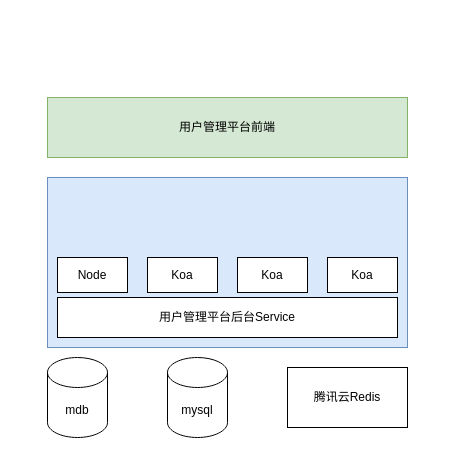
The draw.io diagram Untitled Diagram.drawio in lyoo/darwio, before the edit. Source tidied: cells renumbered, new cells numbered last; positions are measured from the earlier drawing's top-left corner, leaving out a move shared by most shapes. Both pictures are drawn from the tidied source at 100%, with x=0, y=0 at pixel (47, 97).
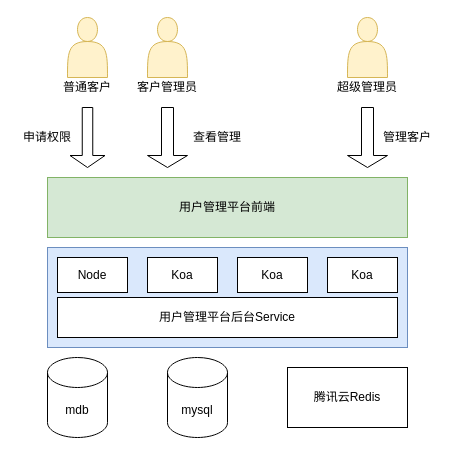
After the change.

Diff of the diagram source:
```diff
@@
     <mxCell id="5" value="用户管理平台前端" style="rounded=0;whiteSpace=wrap;html=1;fillColor=#d5e8d4;strokeColor=#82b366;" parent="1" vertex="1">
-      <mxGeometry width="360" height="60" as="geometry" />
+      <mxGeometry y="80" width="360" height="60" as="geometry" />
     </mxCell>
     <mxCell id="6" style="rounded=0;whiteSpace=wrap;html=1;fillColor=#dae8fc;strokeColor=#6c8ebf;" parent="1" vertex="1">
-      <mxGeometry y="80" width="360" height="170" as="geometry" />
+      <mxGeometry y="150" width="360" height="100" as="geometry" />
     </mxCell>
@@
+    <mxCell id="12" style="shape=actor;whiteSpace=wrap;html=1;fillColor=#fff2cc;strokeColor=#d6b656;" parent="1" vertex="1">
+      <mxGeometry x="20" y="-80" width="40" height="60" as="geometry" />
+    </mxCell>
+    <mxCell id="13" style="shape=actor;whiteSpace=wrap;html=1;fillColor=#fff2cc;strokeColor=#d6b656;" parent="1" vertex="1">
+      <mxGeometry x="100" y="-80" width="40" height="60" as="geometry" />
+    </mxCell>
+    <mxCell id="14" style="shape=actor;whiteSpace=wrap;html=1;fillColor=#fff2cc;strokeColor=#d6b656;" parent="1" vertex="1">
+      <mxGeometry x="300" y="-80" width="40" height="60" as="geometry" />
+    </mxCell>
+    <mxCell id="15" value="超级管理员" style="text;html=1;strokeColor=none;fillColor=none;align=center;verticalAlign=middle;whiteSpace=wrap;rounded=0;" parent="1" vertex="1">
+      <mxGeometry x="285" y="-20" width="70" height="20" as="geometry" />
+    </mxCell>
+    <mxCell id="16" value="客户管理员" style="text;html=1;strokeColor=none;fillColor=none;align=center;verticalAlign=middle;whiteSpace=wrap;rounded=0;" parent="1" vertex="1">
+      <mxGeometry x="85" y="-20" width="70" height="20" as="geometry" />
+    </mxCell>
+    <mxCell id="17" value="普通客户" style="text;html=1;strokeColor=none;fillColor=none;align=center;verticalAlign=middle;whiteSpace=wrap;rounded=0;" parent="1" vertex="1">
+      <mxGeometry x="5" y="-20" width="70" height="20" as="geometry" />
+    </mxCell>
+    <mxCell id="18" style="shape=singleArrow;direction=south;whiteSpace=wrap;html=1;" parent="1" vertex="1">
+      <mxGeometry x="100" y="10" width="40" height="60" as="geometry" />
+    </mxCell>
+    <mxCell id="19" style="shape=singleArrow;direction=south;whiteSpace=wrap;html=1;" parent="1" vertex="1">
+      <mxGeometry x="22.5" y="10" width="35" height="60" as="geometry" />
+    </mxCell>
+    <mxCell id="20" style="shape=singleArrow;direction=south;whiteSpace=wrap;html=1;" parent="1" vertex="1">
+      <mxGeometry x="300" y="10" width="40" height="60" as="geometry" />
+    </mxCell>
+    <mxCell id="21" value="管理客户" style="text;html=1;strokeColor=none;fillColor=none;align=center;verticalAlign=middle;whiteSpace=wrap;rounded=0;" parent="1" vertex="1">
+      <mxGeometry x="330" y="30" width="60" height="20" as="geometry" />
+    </mxCell>
+    <mxCell id="22" value="申请权限" style="text;html=1;strokeColor=none;fillColor=none;align=center;verticalAlign=middle;whiteSpace=wrap;rounded=0;" parent="1" vertex="1">
+      <mxGeometry x="-30" y="30" width="60" height="20" as="geometry" />
+    </mxCell>
+    <mxCell id="23" value="查看管理" style="text;html=1;strokeColor=none;fillColor=none;align=center;verticalAlign=middle;whiteSpace=wrap;rounded=0;" parent="1" vertex="1">
+      <mxGeometry x="140" y="30" width="60" height="20" as="geometry" />
+    </mxCell>
```
